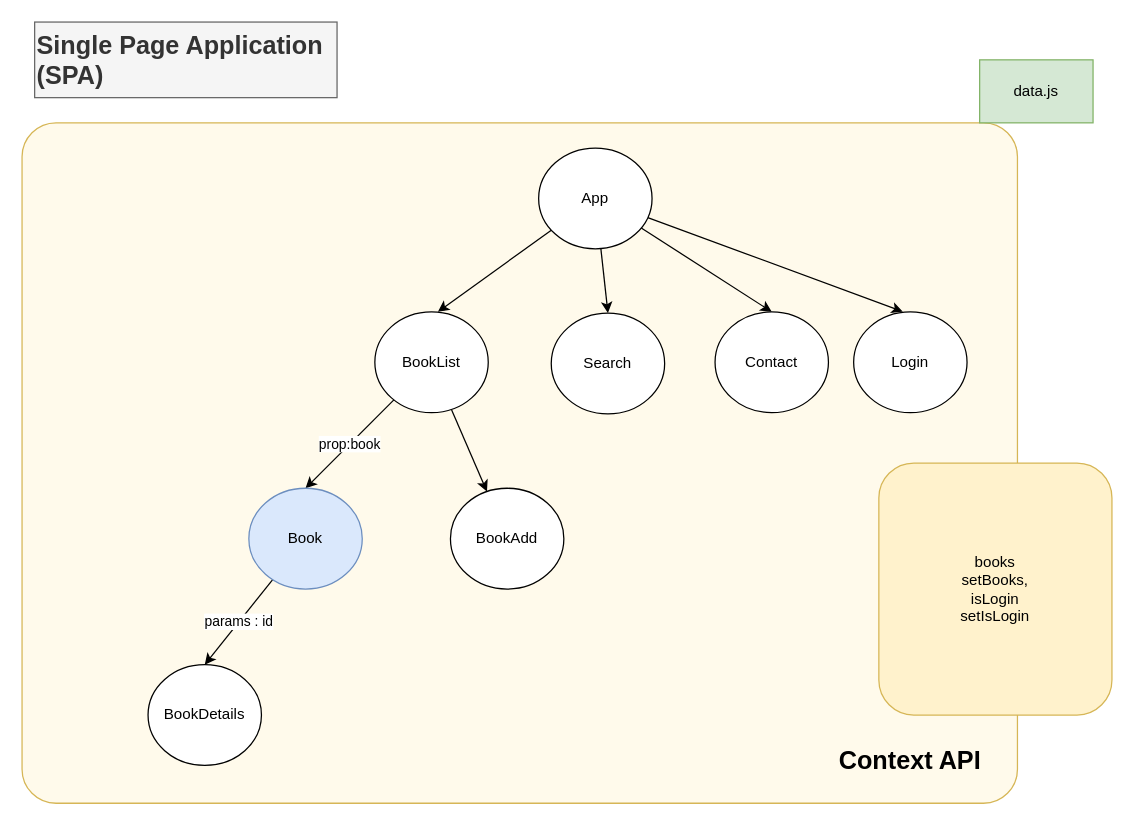
The draw.io diagram page "day-05-bs-store-components" (6 of 6) of day-05/draw.drawio in zcomert/BtkAkademiDotNetBootCamp, before the edit. Source tidied: cells renumbered, new cells numbered last; positions are measured from the earlier drawing's top-left corner, leaving out a move shared by most shapes. Both pictures are drawn from the tidied source at 126%, with x=0, y=0 at pixel (21, 21).
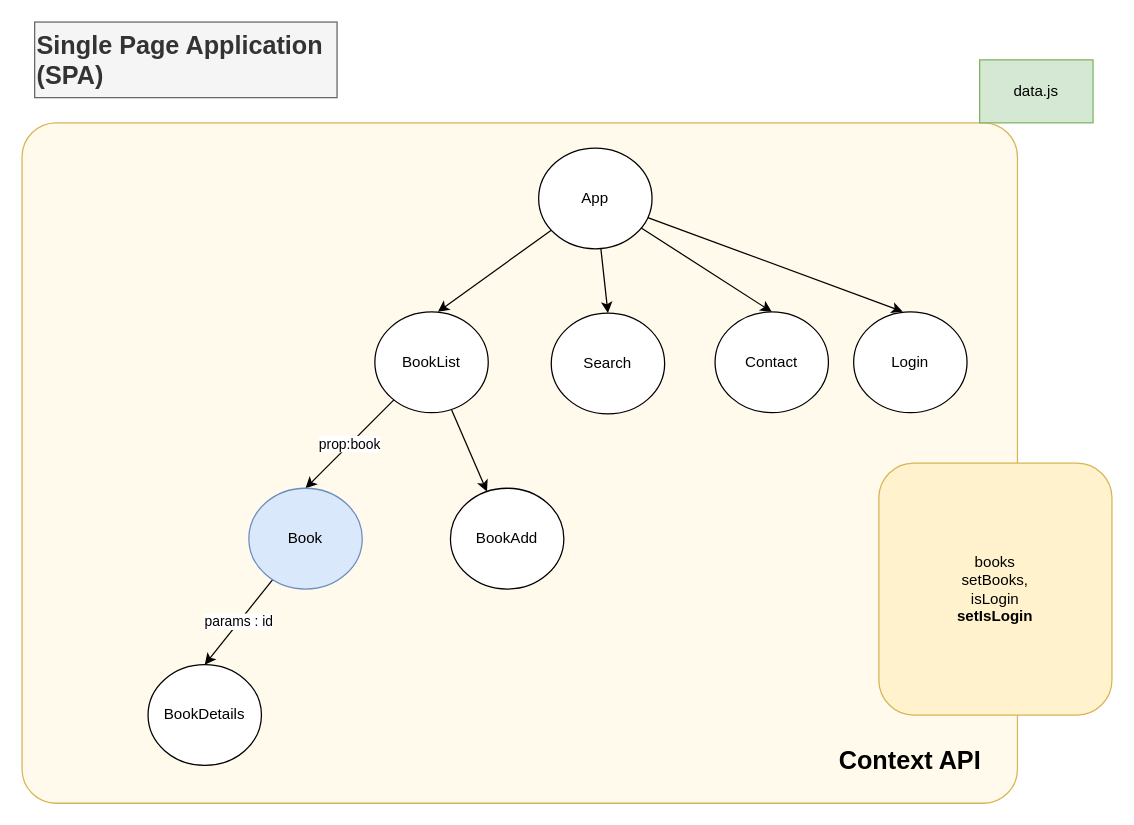
After the change.

The edit, as a diff of the source:
```diff
@@
-    <mxCell id="21" value="books&lt;br&gt;setBooks,&lt;br&gt;isLogin&lt;br&gt;setIsLogin" style="rounded=1;whiteSpace=wrap;html=1;fillColor=#fff2cc;strokeColor=#d6b656;" parent="1" vertex="1">
+    <mxCell id="21" value="books&lt;br&gt;setBooks,&lt;br&gt;isLogin&lt;br&gt;&lt;b&gt;setIsLogin&lt;/b&gt;" style="rounded=1;whiteSpace=wrap;html=1;fillColor=#fff2cc;strokeColor=#d6b656;" parent="1" vertex="1">
       <mxGeometry x="680" y="350" width="185" height="200" as="geometry" />
     </mxCell>
```
